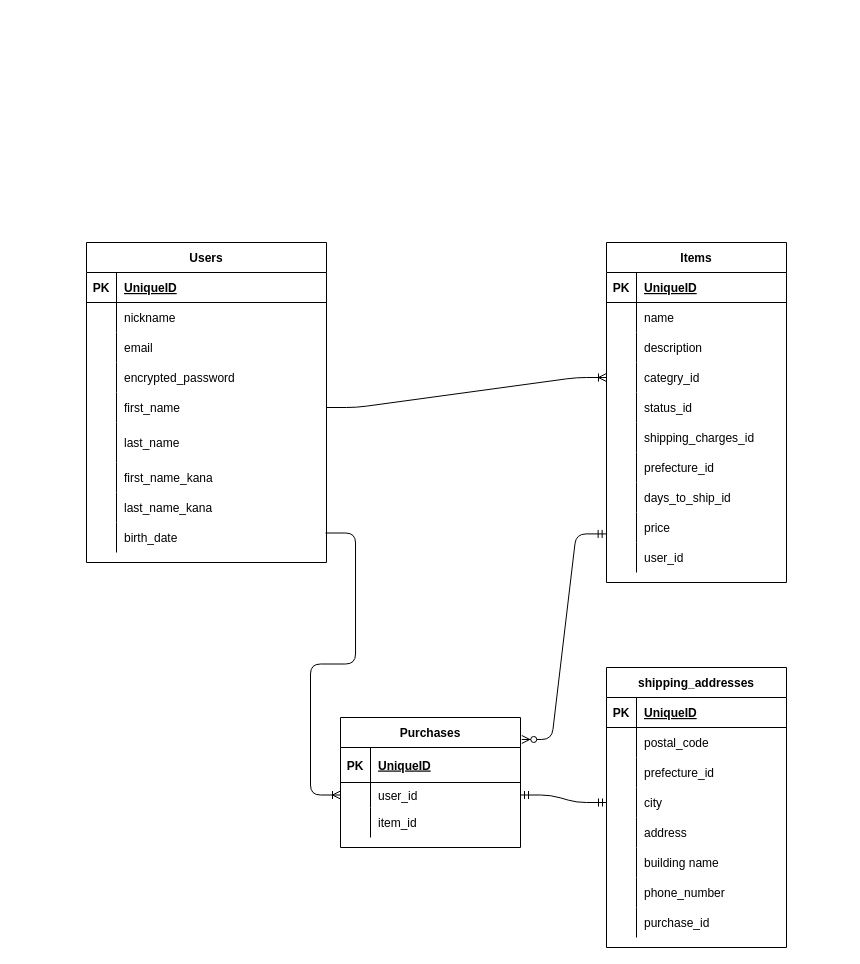
The draw.io diagram furima.dio in kandanaoki/furima-35832, before the edit. Source tidied: cells renumbered, new cells numbered last; positions are measured from the earlier drawing's top-left corner, leaving out a move shared by most shapes. Both pictures are drawn from the tidied source at 100%, with x=0, y=0 at pixel (86, 242).
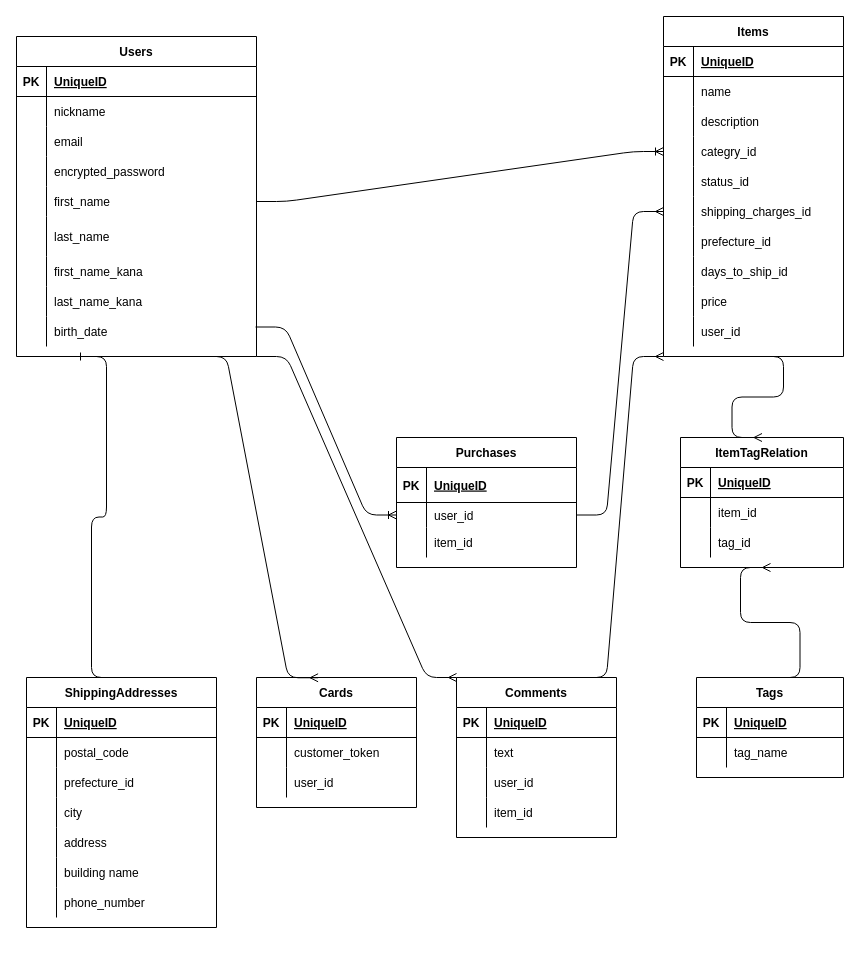
The same page after the edit.

Commit message (it also covers changes not shown here):
READMEとDraw.ioの編集

Unchanged cells that the change refers to:
```xml
<mxCell id="18" style="shape=partialRectangle;fillColor=none;top=0;left=0;bottom=0;right=0;points=[[0,0.5],[1,0.5]];portConstraint=eastwest;" parent="2" vertex="1">
  <mxGeometry y="180" width="180" height="30" as="geometry" />
</mxCell>
<mxCell id="27" style="shape=partialRectangle;fillColor=none;top=0;left=0;bottom=0;right=0;points=[[0,0.5],[1,0.5]];portConstraint=eastwest;" parent="2" vertex="1">
  <mxGeometry y="270" width="180" height="30" as="geometry" />
</mxCell>
<mxCell id="37" style="shape=partialRectangle;fillColor=none;top=0;left=0;bottom=0;right=0;points=[[0,0.5],[1,0.5]];portConstraint=eastwest;" parent="33" vertex="1">
  <mxGeometry y="65" width="180" height="25" as="geometry" />
</mxCell>
```

The edit, as a diff of the source:
```diff
@@
     <mxCell id="2" value="Items" style="shape=table;startSize=30;childLayout=tableLayout;rowLines=0;fontStyle=1;align=center;" parent="1" vertex="1">
-      <mxGeometry x="520" width="180" height="340" as="geometry" />
+      <mxGeometry x="577" y="-226" width="180" height="340" as="geometry" />
     </mxCell>
@@
     <mxCell id="33" value="Purchases" style="shape=table;startSize=30;childLayout=tableLayout;rowLines=0;fontStyle=1;align=center;" parent="1" vertex="1">
-      <mxGeometry x="254" y="475" width="180" height="130" as="geometry" />
+      <mxGeometry x="310" y="195" width="180" height="130" as="geometry" />
     </mxCell>
@@
-    <mxCell id="43" value="shipping_addresses" style="shape=table;startSize=30;childLayout=tableLayout;rowLines=0;fontStyle=1;align=center;" parent="1" vertex="1">
-      <mxGeometry x="520" y="425" width="180" height="280" as="geometry" />
+    <mxCell id="43" value="ShippingAddresses" style="shape=table;startSize=30;childLayout=tableLayout;rowLines=0;fontStyle=1;align=center;" parent="1" vertex="1">
+      <mxGeometry x="-60" y="435" width="190" height="250" as="geometry" />
     </mxCell>
     <mxCell id="44" style="shape=partialRectangle;fillColor=none;top=0;left=0;bottom=1;right=0;" parent="43" vertex="1">
-      <mxGeometry y="30" width="180" height="30" as="geometry" />
+      <mxGeometry y="30" width="190" height="30" as="geometry" />
     </mxCell>
@@
     <mxCell id="46" value="UniqueID" style="shape=partialRectangle;fillColor=none;top=0;left=0;bottom=0;right=0;align=left;spacingLeft=6;fontStyle=5;overflow=hidden;" parent="44" vertex="1">
-      <mxGeometry x="30" width="150" height="30" as="geometry" />
+      <mxGeometry x="30" width="160" height="30" as="geometry" />
     </mxCell>
     <mxCell id="47" style="shape=partialRectangle;fillColor=none;top=0;left=0;bottom=0;right=0;" parent="43" vertex="1">
-      <mxGeometry y="60" width="180" height="30" as="geometry" />
+      <mxGeometry y="60" width="190" height="30" as="geometry" />
     </mxCell>
@@
     <mxCell id="49" value="postal_code" style="shape=partialRectangle;fillColor=none;top=0;left=0;bottom=0;right=0;align=left;spacingLeft=6;overflow=hidden;" parent="47" vertex="1">
-      <mxGeometry x="30" width="150" height="30" as="geometry" />
+      <mxGeometry x="30" width="160" height="30" as="geometry" />
     </mxCell>
     <mxCell id="50" style="shape=partialRectangle;fillColor=none;top=0;left=0;bottom=0;right=0;" parent="43" vertex="1">
-      <mxGeometry y="90" width="180" height="30" as="geometry" />
+      <mxGeometry y="90" width="190" height="30" as="geometry" />
     </mxCell>
@@
     <mxCell id="52" value="prefecture_id" style="shape=partialRectangle;fillColor=none;top=0;left=0;bottom=0;right=0;align=left;spacingLeft=6;overflow=hidden;" parent="50" vertex="1">
-      <mxGeometry x="30" width="150" height="30" as="geometry" />
+      <mxGeometry x="30" width="160" height="30" as="geometry" />
     </mxCell>
     <mxCell id="53" style="shape=partialRectangle;fillColor=none;top=0;left=0;bottom=0;right=0;points=[[0,0.5],[1,0.5]];portConstraint=eastwest;" parent="43" vertex="1">
-      <mxGeometry y="120" width="180" height="30" as="geometry" />
+      <mxGeometry y="120" width="190" height="30" as="geometry" />
     </mxCell>
@@
     <mxCell id="55" value="city" style="shape=partialRectangle;fillColor=none;top=0;left=0;bottom=0;right=0;align=left;spacingLeft=6;overflow=hidden;" parent="53" vertex="1">
-      <mxGeometry x="30" width="150" height="30" as="geometry" />
+      <mxGeometry x="30" width="160" height="30" as="geometry" />
     </mxCell>
     <mxCell id="56" style="shape=partialRectangle;fillColor=none;top=0;left=0;bottom=0;right=0;" parent="43" vertex="1">
-      <mxGeometry y="150" width="180" height="30" as="geometry" />
+      <mxGeometry y="150" width="190" height="30" as="geometry" />
     </mxCell>
@@
     <mxCell id="58" value="address" style="shape=partialRectangle;fillColor=none;top=0;left=0;bottom=0;right=0;align=left;spacingLeft=6;overflow=hidden;" parent="56" vertex="1">
-      <mxGeometry x="30" width="150" height="30" as="geometry" />
+      <mxGeometry x="30" width="160" height="30" as="geometry" />
     </mxCell>
     <mxCell id="59" style="shape=partialRectangle;fillColor=none;top=0;left=0;bottom=0;right=0;" parent="43" vertex="1">
-      <mxGeometry y="180" width="180" height="30" as="geometry" />
+      <mxGeometry y="180" width="190" height="30" as="geometry" />
     </mxCell>
@@
     <mxCell id="61" value="building name" style="shape=partialRectangle;fillColor=none;top=0;left=0;bottom=0;right=0;align=left;spacingLeft=6;overflow=hidden;" parent="59" vertex="1">
-      <mxGeometry x="30" width="150" height="30" as="geometry" />
+      <mxGeometry x="30" width="160" height="30" as="geometry" />
     </mxCell>
     <mxCell id="62" style="shape=partialRectangle;fillColor=none;top=0;left=0;bottom=0;right=0;" parent="43" vertex="1">
-      <mxGeometry y="210" width="180" height="30" as="geometry" />
+      <mxGeometry y="210" width="190" height="30" as="geometry" />
     </mxCell>
@@
     <mxCell id="64" value="phone_number" style="shape=partialRectangle;fillColor=none;top=0;left=0;bottom=0;right=0;align=left;spacingLeft=6;overflow=hidden;" parent="62" vertex="1">
-      <mxGeometry x="30" width="150" height="30" as="geometry" />
+      <mxGeometry x="30" width="160" height="30" as="geometry" />
     </mxCell>
-    <mxCell id="65" style="shape=partialRectangle;fillColor=none;top=0;left=0;bottom=0;right=0;" parent="43" vertex="1">
-      <mxGeometry y="240" width="180" height="30" as="geometry" />
-    </mxCell>
-    <mxCell id="66" style="shape=partialRectangle;fillColor=none;top=0;left=0;bottom=0;right=0;overflow=hidden;" parent="65" vertex="1">
-      <mxGeometry width="30" height="30" as="geometry" />
-    </mxCell>
-    <mxCell id="67" value="purchase_id" style="shape=partialRectangle;fillColor=none;top=0;left=0;bottom=0;right=0;align=left;spacingLeft=6;overflow=hidden;" parent="65" vertex="1">
-      <mxGeometry x="30" width="150" height="30" as="geometry" />
-    </mxCell>
-    <mxCell id="68" style="edgeStyle=entityRelationEdgeStyle;fontSize=12;html=1;endArrow=ERmandOne;startArrow=ERmandOne;entryX=0;entryY=0.5;entryDx=0;entryDy=0;" parent="1" edge="1" source="37" target="53">
-      <mxGeometry relative="1" as="geometry" />
-    </mxCell>
-    <mxCell id="69" style="edgeStyle=entityRelationEdgeStyle;fontSize=12;html=1;endArrow=ERzeroToMany;startArrow=ERmandOne;entryX=1.007;entryY=0.169;entryDx=0;entryDy=0;entryPerimeter=0;exitX=-0.002;exitY=0.714;exitDx=0;exitDy=0;exitPerimeter=0;" parent="1" edge="1" source="27" target="33">
-      <mxGeometry relative="1" as="geometry" />
-    </mxCell>
     <mxCell id="70" value="Users" style="shape=table;startSize=30;childLayout=tableLayout;rowLines=0;fontStyle=1;align=center;" parent="1" vertex="1">
-      <mxGeometry width="240" height="320" as="geometry" />
+      <mxGeometry x="-70" y="-206" width="240" height="320" as="geometry" />
     </mxCell>
@@
+    <mxCell id="100" style="edgeStyle=entityRelationEdgeStyle;fontSize=12;html=1;endArrow=ERone;endFill=1;exitX=0.5;exitY=0;exitDx=0;exitDy=0;entryX=0.25;entryY=1;entryDx=0;entryDy=0;" parent="1" edge="1" source="43" target="70">
+      <mxGeometry relative="1" as="geometry" />
+    </mxCell>
+    <mxCell id="101" value="Comments" style="shape=table;startSize=30;childLayout=tableLayout;rowLines=0;fontStyle=1;align=center;" parent="1" vertex="1">
+      <mxGeometry x="370" y="435" width="160" height="160" as="geometry" />
+    </mxCell>
+    <mxCell id="102" style="shape=partialRectangle;fillColor=none;top=0;left=0;bottom=1;right=0;" parent="101" vertex="1">
+      <mxGeometry y="30" width="160" height="30" as="geometry" />
+    </mxCell>
+    <mxCell id="103" value="PK" style="shape=partialRectangle;fillColor=none;top=0;left=0;bottom=0;right=0;fontStyle=1;overflow=hidden;" parent="102" vertex="1">
+      <mxGeometry width="30" height="30" as="geometry" />
+    </mxCell>
+    <mxCell id="104" value="UniqueID" style="shape=partialRectangle;fillColor=none;top=0;left=0;bottom=0;right=0;align=left;spacingLeft=6;fontStyle=5;overflow=hidden;" parent="102" vertex="1">
+      <mxGeometry x="30" width="130" height="30" as="geometry" />
+    </mxCell>
+    <mxCell id="105" style="shape=partialRectangle;fillColor=none;top=0;left=0;bottom=0;right=0;points=[[0,0.5],[1,0.5]];portConstraint=eastwest;" parent="101" vertex="1">
+      <mxGeometry y="60" width="160" height="30" as="geometry" />
+    </mxCell>
+    <mxCell id="106" style="shape=partialRectangle;fillColor=none;top=0;left=0;bottom=0;right=0;overflow=hidden;" parent="105" vertex="1">
+      <mxGeometry width="30" height="30" as="geometry" />
+    </mxCell>
+    <mxCell id="107" value="text" style="shape=partialRectangle;fillColor=none;top=0;left=0;bottom=0;right=0;align=left;spacingLeft=6;overflow=hidden;" parent="105" vertex="1">
+      <mxGeometry x="30" width="130" height="30" as="geometry" />
+    </mxCell>
+    <mxCell id="108" style="shape=partialRectangle;fillColor=none;top=0;left=0;bottom=0;right=0;" parent="101" vertex="1">
+      <mxGeometry y="90" width="160" height="30" as="geometry" />
+    </mxCell>
+    <mxCell id="109" style="shape=partialRectangle;fillColor=none;top=0;left=0;bottom=0;right=0;overflow=hidden;" parent="108" vertex="1">
+      <mxGeometry width="30" height="30" as="geometry" />
+    </mxCell>
+    <mxCell id="110" value="user_id" style="shape=partialRectangle;fillColor=none;top=0;left=0;bottom=0;right=0;align=left;spacingLeft=6;overflow=hidden;" parent="108" vertex="1">
+      <mxGeometry x="30" width="130" height="30" as="geometry" />
+    </mxCell>
+    <mxCell id="111" style="shape=partialRectangle;fillColor=none;top=0;left=0;bottom=0;right=0;" parent="101" vertex="1">
+      <mxGeometry y="120" width="160" height="30" as="geometry" />
+    </mxCell>
+    <mxCell id="112" style="shape=partialRectangle;fillColor=none;top=0;left=0;bottom=0;right=0;overflow=hidden;" parent="111" vertex="1">
+      <mxGeometry width="30" height="30" as="geometry" />
+    </mxCell>
+    <mxCell id="113" value="item_id" style="shape=partialRectangle;fillColor=none;top=0;left=0;bottom=0;right=0;align=left;spacingLeft=6;overflow=hidden;" parent="111" vertex="1">
+      <mxGeometry x="30" width="130" height="30" as="geometry" />
+    </mxCell>
+    <mxCell id="114" style="edgeStyle=orthogonalEdgeStyle;rounded=0;orthogonalLoop=1;jettySize=auto;html=1;exitX=1;exitY=0.5;exitDx=0;exitDy=0;" parent="101" edge="1" source="105" target="105">
+      <mxGeometry relative="1" as="geometry" />
+    </mxCell>
+    <mxCell id="115" style="edgeStyle=entityRelationEdgeStyle;fontSize=12;html=1;endArrow=ERmany;exitX=1;exitY=1;exitDx=0;exitDy=0;entryX=0;entryY=0;entryDx=0;entryDy=0;" parent="1" edge="1" source="70" target="101">
+      <mxGeometry relative="1" as="geometry" />
+    </mxCell>
+    <mxCell id="116" value="Cards" style="shape=table;startSize=30;childLayout=tableLayout;rowLines=0;fontStyle=1;align=center;" parent="1" vertex="1">
+      <mxGeometry x="170" y="435" width="160" height="130" as="geometry" />
+    </mxCell>
+    <mxCell id="117" style="shape=partialRectangle;fillColor=none;top=0;left=0;bottom=1;right=0;" parent="116" vertex="1">
+      <mxGeometry y="30" width="160" height="30" as="geometry" />
+    </mxCell>
+    <mxCell id="118" value="PK" style="shape=partialRectangle;fillColor=none;top=0;left=0;bottom=0;right=0;fontStyle=1;overflow=hidden;" parent="117" vertex="1">
+      <mxGeometry width="30" height="30" as="geometry" />
+    </mxCell>
+    <mxCell id="119" value="UniqueID" style="shape=partialRectangle;fillColor=none;top=0;left=0;bottom=0;right=0;align=left;spacingLeft=6;fontStyle=5;overflow=hidden;" parent="117" vertex="1">
+      <mxGeometry x="30" width="130" height="30" as="geometry" />
+    </mxCell>
+    <mxCell id="120" style="shape=partialRectangle;fillColor=none;top=0;left=0;bottom=0;right=0;" parent="116" vertex="1">
+      <mxGeometry y="60" width="160" height="30" as="geometry" />
+    </mxCell>
+    <mxCell id="121" style="shape=partialRectangle;fillColor=none;top=0;left=0;bottom=0;right=0;overflow=hidden;" parent="120" vertex="1">
+      <mxGeometry width="30" height="30" as="geometry" />
+    </mxCell>
+    <mxCell id="122" value="customer_token" style="shape=partialRectangle;fillColor=none;top=0;left=0;bottom=0;right=0;align=left;spacingLeft=6;overflow=hidden;" parent="120" vertex="1">
+      <mxGeometry x="30" width="130" height="30" as="geometry" />
+    </mxCell>
+    <mxCell id="123" style="shape=partialRectangle;fillColor=none;top=0;left=0;bottom=0;right=0;" parent="116" vertex="1">
+      <mxGeometry y="90" width="160" height="30" as="geometry" />
+    </mxCell>
+    <mxCell id="124" style="shape=partialRectangle;fillColor=none;top=0;left=0;bottom=0;right=0;overflow=hidden;" parent="123" vertex="1">
+      <mxGeometry width="30" height="30" as="geometry" />
+    </mxCell>
+    <mxCell id="125" value="user_id" style="shape=partialRectangle;fillColor=none;top=0;left=0;bottom=0;right=0;align=left;spacingLeft=6;overflow=hidden;" parent="123" vertex="1">
+      <mxGeometry x="30" width="130" height="30" as="geometry" />
+    </mxCell>
+    <mxCell id="126" style="edgeStyle=entityRelationEdgeStyle;fontSize=12;html=1;endArrow=ERmany;entryX=0.385;entryY=0.002;entryDx=0;entryDy=0;entryPerimeter=0;exitX=0.75;exitY=1;exitDx=0;exitDy=0;" parent="1" edge="1" source="70" target="116">
+      <mxGeometry relative="1" as="geometry" />
+    </mxCell>
+    <mxCell id="127" style="edgeStyle=entityRelationEdgeStyle;fontSize=12;html=1;endArrow=ERmany;exitX=0.75;exitY=0;exitDx=0;exitDy=0;entryX=0;entryY=1;entryDx=0;entryDy=0;" parent="1" edge="1" source="101" target="2">
+      <mxGeometry relative="1" as="geometry" />
+    </mxCell>
+    <mxCell id="128" value="ItemTagRelation" style="shape=table;startSize=30;childLayout=tableLayout;rowLines=0;fontStyle=1;align=center;" parent="1" vertex="1">
+      <mxGeometry x="594" y="195" width="163" height="130" as="geometry" />
+    </mxCell>
+    <mxCell id="129" style="shape=partialRectangle;fillColor=none;top=0;left=0;bottom=1;right=0;" parent="128" vertex="1">
+      <mxGeometry y="30" width="163" height="30" as="geometry" />
+    </mxCell>
+    <mxCell id="130" value="PK" style="shape=partialRectangle;fillColor=none;top=0;left=0;bottom=0;right=0;fontStyle=1;overflow=hidden;" parent="129" vertex="1">
+      <mxGeometry width="30" height="30" as="geometry" />
+    </mxCell>
+    <mxCell id="131" value="UniqueID" style="shape=partialRectangle;fillColor=none;top=0;left=0;bottom=0;right=0;align=left;spacingLeft=6;fontStyle=5;overflow=hidden;" parent="129" vertex="1">
+      <mxGeometry x="30" width="133" height="30" as="geometry" />
+    </mxCell>
+    <mxCell id="132" style="shape=partialRectangle;fillColor=none;top=0;left=0;bottom=0;right=0;" parent="128" vertex="1">
+      <mxGeometry y="60" width="163" height="30" as="geometry" />
+    </mxCell>
+    <mxCell id="133" style="shape=partialRectangle;fillColor=none;top=0;left=0;bottom=0;right=0;overflow=hidden;" parent="132" vertex="1">
+      <mxGeometry width="30" height="30" as="geometry" />
+    </mxCell>
+    <mxCell id="134" value="item_id" style="shape=partialRectangle;fillColor=none;top=0;left=0;bottom=0;right=0;align=left;spacingLeft=6;overflow=hidden;" parent="132" vertex="1">
+      <mxGeometry x="30" width="133" height="30" as="geometry" />
+    </mxCell>
+    <mxCell id="135" style="shape=partialRectangle;fillColor=none;top=0;left=0;bottom=0;right=0;" parent="128" vertex="1">
+      <mxGeometry y="90" width="163" height="30" as="geometry" />
+    </mxCell>
+    <mxCell id="136" style="shape=partialRectangle;fillColor=none;top=0;left=0;bottom=0;right=0;overflow=hidden;" parent="135" vertex="1">
+      <mxGeometry width="30" height="30" as="geometry" />
+    </mxCell>
+    <mxCell id="137" value="tag_id" style="shape=partialRectangle;fillColor=none;top=0;left=0;bottom=0;right=0;align=left;spacingLeft=6;overflow=hidden;" parent="135" vertex="1">
+      <mxGeometry x="30" width="133" height="30" as="geometry" />
+    </mxCell>
+    <mxCell id="138" style="edgeStyle=entityRelationEdgeStyle;fontSize=12;html=1;endArrow=ERmany;entryX=0.5;entryY=0;entryDx=0;entryDy=0;exitX=0.5;exitY=1;exitDx=0;exitDy=0;" parent="1" edge="1" source="2" target="128">
+      <mxGeometry relative="1" as="geometry" />
+    </mxCell>
+    <mxCell id="139" style="edgeStyle=entityRelationEdgeStyle;fontSize=12;html=1;endArrow=ERmany;entryX=0;entryY=0.5;entryDx=0;entryDy=0;exitX=1;exitY=0.5;exitDx=0;exitDy=0;" parent="1" edge="1" source="37" target="18">
+      <mxGeometry relative="1" as="geometry" />
+    </mxCell>
+    <mxCell id="140" value="Tags" style="shape=table;startSize=30;childLayout=tableLayout;rowLines=0;fontStyle=1;align=center;" parent="1" vertex="1">
+      <mxGeometry x="610" y="435" width="147" height="100" as="geometry" />
+    </mxCell>
+    <mxCell id="141" style="shape=partialRectangle;fillColor=none;top=0;left=0;bottom=1;right=0;" parent="140" vertex="1">
+      <mxGeometry y="30" width="147" height="30" as="geometry" />
+    </mxCell>
+    <mxCell id="142" value="PK" style="shape=partialRectangle;fillColor=none;top=0;left=0;bottom=0;right=0;fontStyle=1;overflow=hidden;" parent="141" vertex="1">
+      <mxGeometry width="30" height="30" as="geometry" />
+    </mxCell>
+    <mxCell id="143" value="UniqueID" style="shape=partialRectangle;fillColor=none;top=0;left=0;bottom=0;right=0;align=left;spacingLeft=6;fontStyle=5;overflow=hidden;" parent="141" vertex="1">
+      <mxGeometry x="30" width="117" height="30" as="geometry" />
+    </mxCell>
+    <mxCell id="144" style="shape=partialRectangle;fillColor=none;top=0;left=0;bottom=0;right=0;" parent="140" vertex="1">
+      <mxGeometry y="60" width="147" height="30" as="geometry" />
+    </mxCell>
+    <mxCell id="145" style="shape=partialRectangle;fillColor=none;top=0;left=0;bottom=0;right=0;overflow=hidden;" parent="144" vertex="1">
+      <mxGeometry width="30" height="30" as="geometry" />
+    </mxCell>
+    <mxCell id="146" value="tag_name" style="shape=partialRectangle;fillColor=none;top=0;left=0;bottom=0;right=0;align=left;spacingLeft=6;overflow=hidden;" parent="144" vertex="1">
+      <mxGeometry x="30" width="117" height="30" as="geometry" />
+    </mxCell>
+    <mxCell id="147" style="edgeStyle=entityRelationEdgeStyle;fontSize=12;html=1;endArrow=ERmany;exitX=0.5;exitY=0;exitDx=0;exitDy=0;" parent="1" edge="1" source="140">
+      <mxGeometry relative="1" as="geometry">
+        <mxPoint x="684" y="325" as="targetPoint" />
+      </mxGeometry>
+    </mxCell>
```
